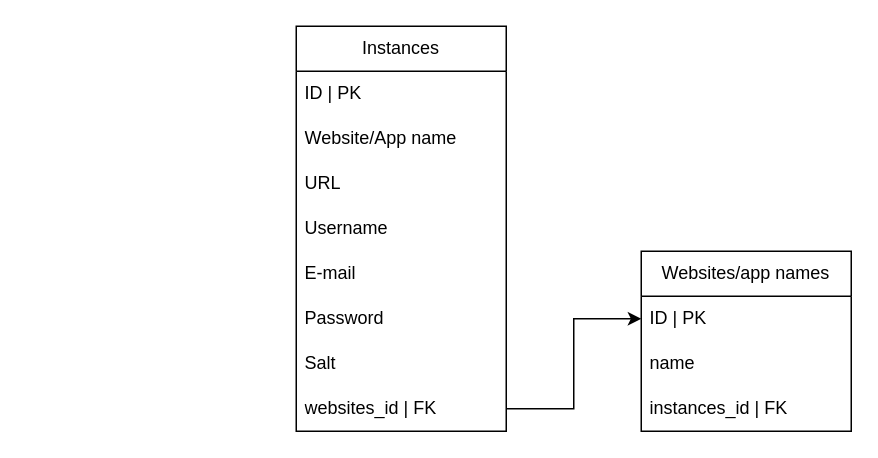
Earlier version of the draw.io diagram diagrams/password_manager_databse_design.drawio (Stefan1711UNI/Password_Manager). Source tidied: cells renumbered, new cells numbered last; positions are measured from the earlier drawing's top-left corner, leaving out a move shared by most shapes. Both pictures are drawn from the tidied source at 150%, with x=0, y=0 at pixel (296, 26).
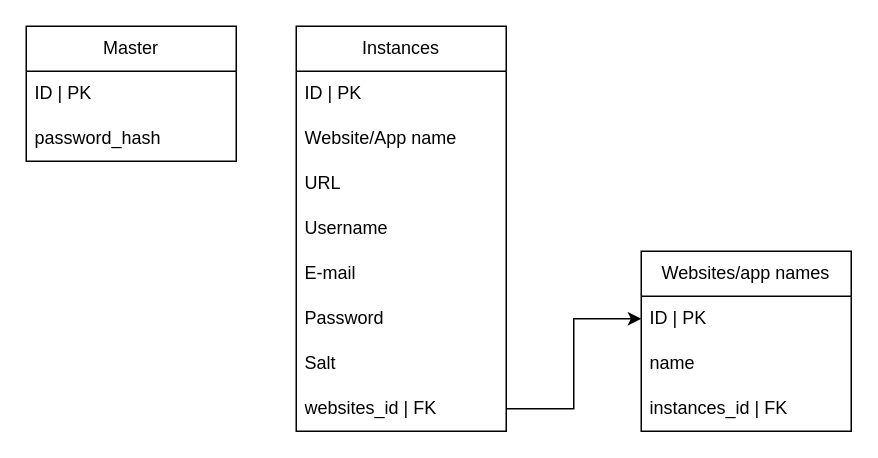
The same page after the edit.

What changed in the source:
```diff
@@
 <mxGraphModel>
   <root>
     <mxCell id="0" />
     <mxCell id="1" parent="0" />
     <mxCell id="2" value="Websites/app names" style="swimlane;fontStyle=0;horizontal=1;startSize=30;whiteSpace=wrap;html=1;" parent="1" vertex="1">
       <mxGeometry x="230" y="150" width="140" height="120" as="geometry" />
     </mxCell>
     <mxCell id="3" value="ID | PK" style="text;strokeColor=none;fillColor=none;align=left;verticalAlign=middle;spacingLeft=4;spacingRight=4;overflow=hidden;points=[[0,0.5],[1,0.5]];portConstraint=eastwest;whiteSpace=wrap;html=1;" parent="2" vertex="1">
       <mxGeometry y="30" width="140" height="30" as="geometry" />
     </mxCell>
     <mxCell id="4" value="name" style="text;strokeColor=none;fillColor=none;align=left;verticalAlign=middle;spacingLeft=4;spacingRight=4;overflow=hidden;whiteSpace=wrap;html=1;" parent="2" vertex="1">
       <mxGeometry y="60" width="140" height="30" as="geometry" />
     </mxCell>
     <mxCell id="5" value="instances_id | FK" style="text;strokeColor=none;fillColor=none;align=left;verticalAlign=middle;spacingLeft=4;spacingRight=4;overflow=hidden;whiteSpace=wrap;html=1;" parent="2" vertex="1">
       <mxGeometry y="90" width="140" height="30" as="geometry" />
     </mxCell>
     <mxCell id="6" value="Instances" style="swimlane;fontStyle=0;horizontal=1;startSize=30;whiteSpace=wrap;html=1;" parent="1" vertex="1">
       <mxGeometry width="140" height="270" as="geometry" />
     </mxCell>
     <mxCell id="7" value="ID | PK" style="text;strokeColor=none;fillColor=none;align=left;verticalAlign=middle;spacingLeft=4;spacingRight=4;overflow=hidden;whiteSpace=wrap;html=1;" parent="6" vertex="1">
       <mxGeometry y="30" width="140" height="30" as="geometry" />
     </mxCell>
     <mxCell id="8" value="Website/App name" style="text;strokeColor=none;fillColor=none;align=left;verticalAlign=middle;spacingLeft=4;spacingRight=4;overflow=hidden;whiteSpace=wrap;html=1;" parent="6" vertex="1">
       <mxGeometry y="60" width="140" height="30" as="geometry" />
     </mxCell>
     <mxCell id="9" value="URL" style="text;strokeColor=none;fillColor=none;align=left;verticalAlign=middle;spacingLeft=4;spacingRight=4;overflow=hidden;whiteSpace=wrap;html=1;" parent="6" vertex="1">
       <mxGeometry y="90" width="140" height="30" as="geometry" />
     </mxCell>
     <mxCell id="10" value="Username" style="text;strokeColor=none;fillColor=none;align=left;verticalAlign=middle;spacingLeft=4;spacingRight=4;overflow=hidden;whiteSpace=wrap;html=1;" parent="6" vertex="1">
       <mxGeometry y="120" width="140" height="30" as="geometry" />
     </mxCell>
     <mxCell id="11" value="E-mail" style="text;strokeColor=none;fillColor=none;align=left;verticalAlign=middle;spacingLeft=4;spacingRight=4;overflow=hidden;whiteSpace=wrap;html=1;" parent="6" vertex="1">
       <mxGeometry y="150" width="140" height="30" as="geometry" />
     </mxCell>
     <mxCell id="12" value="Password" style="text;strokeColor=none;fillColor=none;align=left;verticalAlign=middle;spacingLeft=4;spacingRight=4;overflow=hidden;whiteSpace=wrap;html=1;" parent="6" vertex="1">
       <mxGeometry y="180" width="140" height="30" as="geometry" />
     </mxCell>
     <mxCell id="13" value="Salt" style="text;strokeColor=none;fillColor=none;align=left;verticalAlign=middle;spacingLeft=4;spacingRight=4;overflow=hidden;whiteSpace=wrap;html=1;" parent="6" vertex="1">
       <mxGeometry y="210" width="140" height="30" as="geometry" />
     </mxCell>
     <mxCell id="14" value="websites_id | FK" style="text;strokeColor=none;fillColor=none;align=left;verticalAlign=middle;spacingLeft=4;spacingRight=4;overflow=hidden;points=[[0,0.5],[1,0.5]];portConstraint=eastwest;whiteSpace=wrap;html=1;" parent="6" vertex="1">
       <mxGeometry y="240" width="140" height="30" as="geometry" />
     </mxCell>
     <mxCell id="15" style="edgeStyle=orthogonalEdgeStyle;rounded=0;jettySize=auto;html=1;exitX=1;exitY=0.5;exitDx=0;exitDy=0;entryX=0;entryY=0.5;entryDx=0;entryDy=0;" parent="1" edge="1" source="14" target="3">
       <mxGeometry relative="1" as="geometry" />
     </mxCell>
+    <mxCell id="16" value="Master" style="swimlane;fontStyle=0;horizontal=1;startSize=30;whiteSpace=wrap;html=1;" parent="1" vertex="1">
+      <mxGeometry x="-180" width="140" height="90" as="geometry" />
+    </mxCell>
+    <mxCell id="17" value="ID | PK" style="text;strokeColor=none;fillColor=none;align=left;verticalAlign=middle;spacingLeft=4;spacingRight=4;overflow=hidden;whiteSpace=wrap;html=1;" parent="16" vertex="1">
+      <mxGeometry y="30" width="140" height="30" as="geometry" />
+    </mxCell>
+    <mxCell id="18" value="password_hash" style="text;strokeColor=none;fillColor=none;align=left;verticalAlign=middle;spacingLeft=4;spacingRight=4;overflow=hidden;whiteSpace=wrap;html=1;" parent="16" vertex="1">
+      <mxGeometry y="60" width="140" height="30" as="geometry" />
+    </mxCell>
   </root>
 </mxGraphModel>
```
